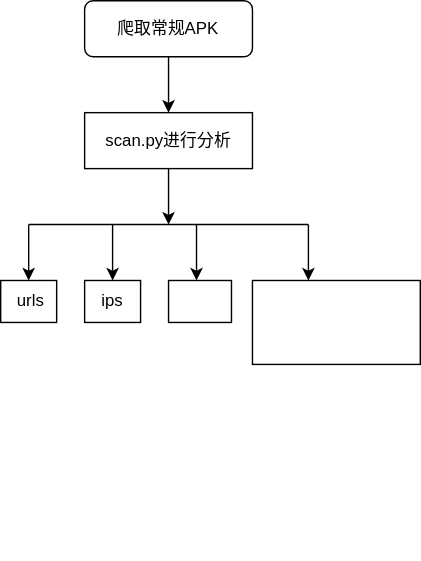
Earlier version of the draw.io export 模型.svg (Ech0zr/liuchengtu). Source tidied: cells renumbered, new cells last; positions are measured from the earlier drawing's top-left corner, leaving out a move shared by most shapes. Its diagram source:
```xml
<mxGraphModel>
  <root>
    <mxCell id="0" />
    <mxCell id="1" parent="0" />
    <mxCell id="2" style="endArrow=classic;html=1;rounded=0;exitX=0.5;exitY=1;exitDx=0;exitDy=0;" parent="1" edge="1">
      <mxGeometry relative="1" as="geometry">
        <mxPoint x="120" y="40" as="sourcePoint" />
        <mxPoint x="120" y="80" as="targetPoint" />
      </mxGeometry>
    </mxCell>
    <mxCell id="3" value="爬取常规APK" style="rounded=1;whiteSpace=wrap;html=1;" parent="1" vertex="1">
      <mxGeometry x="60" width="120" height="40" as="geometry" />
    </mxCell>
    <mxCell id="4" value="scan.py进行分析" style="rounded=0;whiteSpace=wrap;html=1;" parent="1" vertex="1">
      <mxGeometry x="60" y="80" width="120" height="40" as="geometry" />
    </mxCell>
    <mxCell id="5" style="endArrow=classic;html=1;rounded=0;exitX=0.5;exitY=1;exitDx=0;exitDy=0;" parent="1" edge="1" source="4">
      <mxGeometry relative="1" as="geometry">
        <mxPoint x="120" y="160" as="targetPoint" />
      </mxGeometry>
    </mxCell>
    <mxCell id="6" style="endArrow=none;html=1;rounded=0;" parent="1" edge="1">
      <mxGeometry relative="1" as="geometry">
        <mxPoint x="20" y="160" as="sourcePoint" />
        <mxPoint x="220" y="160" as="targetPoint" />
      </mxGeometry>
    </mxCell>
    <mxCell id="7" style="endArrow=classic;html=1;rounded=0;" parent="1" edge="1">
      <mxGeometry relative="1" as="geometry">
        <mxPoint x="20" y="160" as="sourcePoint" />
        <mxPoint x="20" y="200" as="targetPoint" />
      </mxGeometry>
    </mxCell>
    <mxCell id="8" style="endArrow=classic;html=1;rounded=0;" parent="1" edge="1">
      <mxGeometry relative="1" as="geometry">
        <mxPoint x="80" y="160" as="sourcePoint" />
        <mxPoint x="80" y="200" as="targetPoint" />
      </mxGeometry>
    </mxCell>
    <mxCell id="9" style="endArrow=classic;html=1;rounded=0;" parent="1" edge="1">
      <mxGeometry relative="1" as="geometry">
        <mxPoint x="140" y="160" as="sourcePoint" />
        <mxPoint x="140" y="200" as="targetPoint" />
      </mxGeometry>
    </mxCell>
    <mxCell id="10" style="endArrow=classic;html=1;rounded=0;" parent="1" edge="1">
      <mxGeometry relative="1" as="geometry">
        <mxPoint x="220" y="160" as="sourcePoint" />
        <mxPoint x="220" y="200" as="targetPoint" />
      </mxGeometry>
    </mxCell>
    <mxCell id="11" style="rounded=0;whiteSpace=wrap;html=1;" parent="1" vertex="1">
      <mxGeometry x="180" y="200" width="120" height="60" as="geometry" />
    </mxCell>
    <mxCell id="12" value="&amp;nbsp;urls" style="rounded=0;whiteSpace=wrap;html=1;" parent="1" vertex="1">
      <mxGeometry y="200" width="40" height="30" as="geometry" />
    </mxCell>
    <mxCell id="13" value="&lt;span style=&quot;color: rgba(0, 0, 0, 0); font-family: monospace; font-size: 0px; font-style: normal; font-weight: 400; letter-spacing: normal; text-indent: 0px; text-transform: none; word-spacing: 0px; background-color: rgb(248, 249, 250); display: inline; float: none;&quot;&gt;&amp;nbsp;&lt;/span&gt;" style="text;whiteSpace=wrap;html=1;" parent="1" vertex="1">
      <mxGeometry x="140" y="370" width="30" height="30" as="geometry" />
    </mxCell>
    <mxCell id="14" value="ips" style="rounded=0;whiteSpace=wrap;html=1;" parent="1" vertex="1">
      <mxGeometry x="60" y="200" width="40" height="30" as="geometry" />
    </mxCell>
    <mxCell id="15" style="rounded=0;whiteSpace=wrap;html=1;" parent="1" vertex="1">
      <mxGeometry x="120" y="200" width="45" height="30" as="geometry" />
    </mxCell>
  </root>
</mxGraphModel>
```
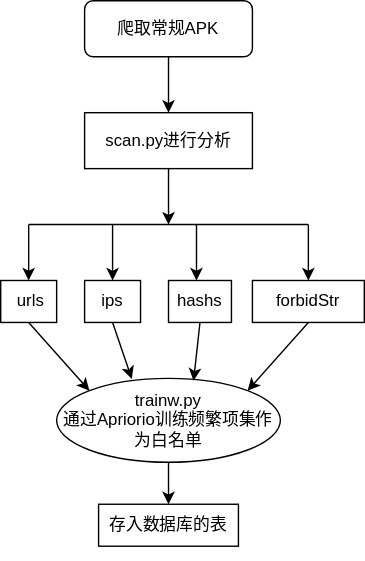
The same diagram one commit later.

The edit, as a diff of the source:
```diff
@@ -49,8 +49,8 @@
         <mxPoint x="220" y="200" as="targetPoint" />
       </mxGeometry>
     </mxCell>
-    <mxCell id="11" style="rounded=0;whiteSpace=wrap;html=1;" parent="1" vertex="1">
-      <mxGeometry x="180" y="200" width="120" height="60" as="geometry" />
+    <mxCell id="11" value="forbidStr" style="rounded=0;whiteSpace=wrap;html=1;" parent="1" vertex="1">
+      <mxGeometry x="180" y="200" width="80" height="30" as="geometry" />
     </mxCell>
     <mxCell id="12" value="&amp;nbsp;urls" style="rounded=0;whiteSpace=wrap;html=1;" parent="1" vertex="1">
       <mxGeometry y="200" width="40" height="30" as="geometry" />
@@ -61,8 +61,31 @@
     <mxCell id="14" value="ips" style="rounded=0;whiteSpace=wrap;html=1;" parent="1" vertex="1">
       <mxGeometry x="60" y="200" width="40" height="30" as="geometry" />
     </mxCell>
-    <mxCell id="15" style="rounded=0;whiteSpace=wrap;html=1;" parent="1" vertex="1">
+    <mxCell id="15" value="hashs" style="rounded=0;whiteSpace=wrap;html=1;" parent="1" vertex="1">
       <mxGeometry x="120" y="200" width="45" height="30" as="geometry" />
     </mxCell>
+    <mxCell id="16" value="trainw.py&lt;br&gt;通过Apriorio训练频繁项集作为白名单" style="ellipse;whiteSpace=wrap;html=1;" parent="1" vertex="1">
+      <mxGeometry x="40" y="270" width="160" height="60" as="geometry" />
+    </mxCell>
+    <mxCell id="17" style="endArrow=classic;html=1;rounded=0;exitX=0.5;exitY=1;exitDx=0;exitDy=0;" parent="1" edge="1" source="16">
+      <mxGeometry relative="1" as="geometry">
+        <mxPoint x="120" y="360" as="targetPoint" />
+      </mxGeometry>
+    </mxCell>
+    <mxCell id="18" value="存入数据库的表" style="rounded=0;whiteSpace=wrap;html=1;" parent="1" vertex="1">
+      <mxGeometry x="70" y="360" width="100" height="30" as="geometry" />
+    </mxCell>
+    <mxCell id="19" style="endArrow=classic;html=1;rounded=0;exitX=0.5;exitY=1;exitDx=0;exitDy=0;entryX=0;entryY=0;entryDx=0;entryDy=0;" parent="1" edge="1" source="12" target="16">
+      <mxGeometry relative="1" as="geometry" />
+    </mxCell>
+    <mxCell id="20" style="endArrow=classic;html=1;rounded=0;exitX=0.5;exitY=1;exitDx=0;exitDy=0;entryX=0.336;entryY=0.006;entryDx=0;entryDy=0;entryPerimeter=0;" parent="1" edge="1" source="14" target="16">
+      <mxGeometry relative="1" as="geometry" />
+    </mxCell>
+    <mxCell id="21" style="endArrow=classic;html=1;rounded=0;exitX=0.5;exitY=1;exitDx=0;exitDy=0;entryX=0.612;entryY=0.028;entryDx=0;entryDy=0;entryPerimeter=0;" parent="1" edge="1" source="15" target="16">
+      <mxGeometry relative="1" as="geometry" />
+    </mxCell>
+    <mxCell id="22" style="endArrow=classic;html=1;rounded=0;exitX=0.5;exitY=1;exitDx=0;exitDy=0;entryX=1;entryY=0;entryDx=0;entryDy=0;" parent="1" edge="1" source="11" target="16">
+      <mxGeometry relative="1" as="geometry" />
+    </mxCell>
   </root>
 </mxGraphModel>
```
